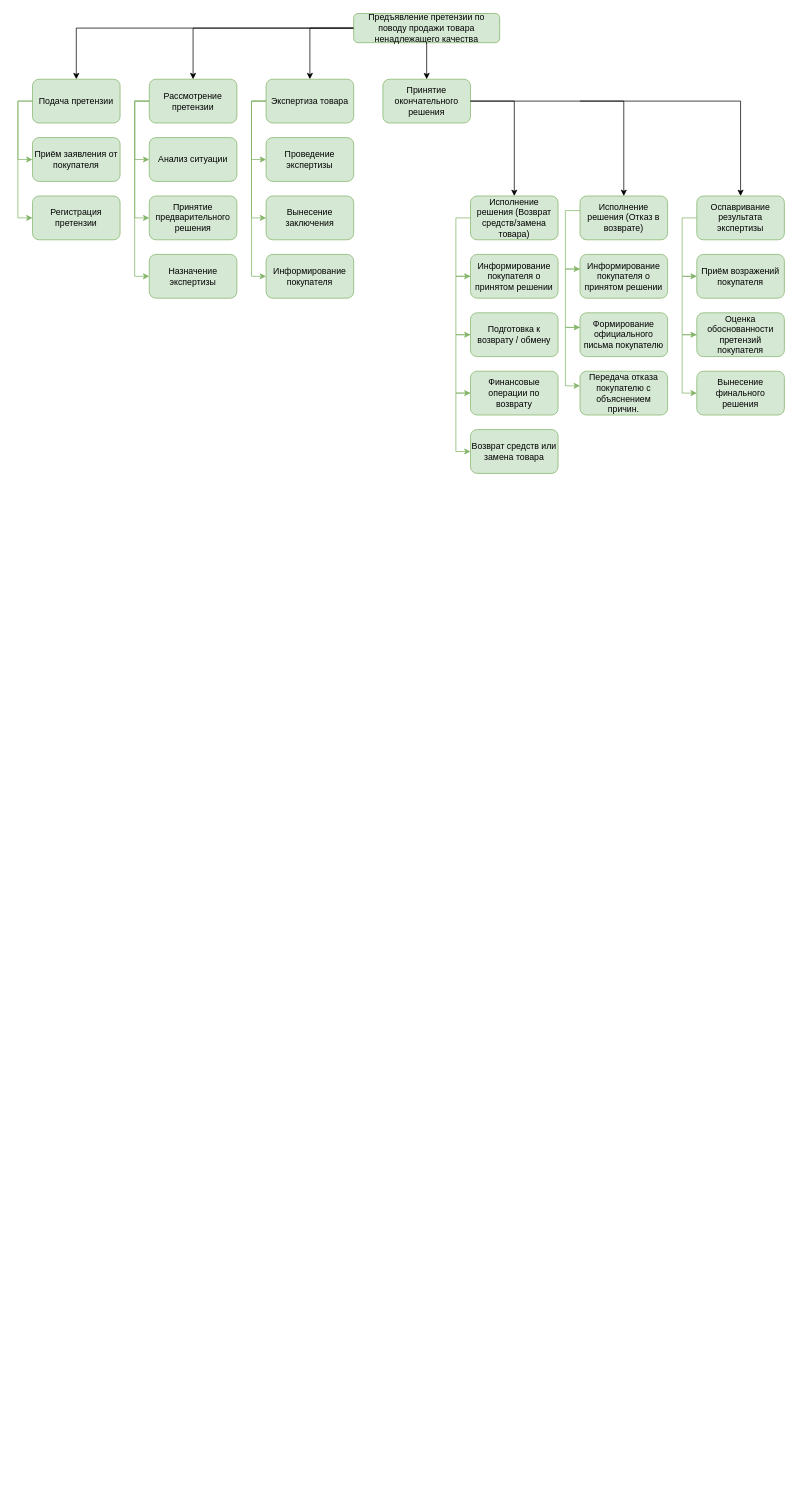
The draw.io diagram page "Декомпозиция" (2 of 4) of LAB_1/MIAMP_LAB_1.drawio in rxzzd/miabp, before the edit. Source tidied: cells renumbered, new cells numbered last; positions are measured from the earlier drawing's top-left corner, leaving out a move shared by most shapes. Both pictures are drawn from the tidied source at 73%, with x=0, y=0 at pixel (18, 13).
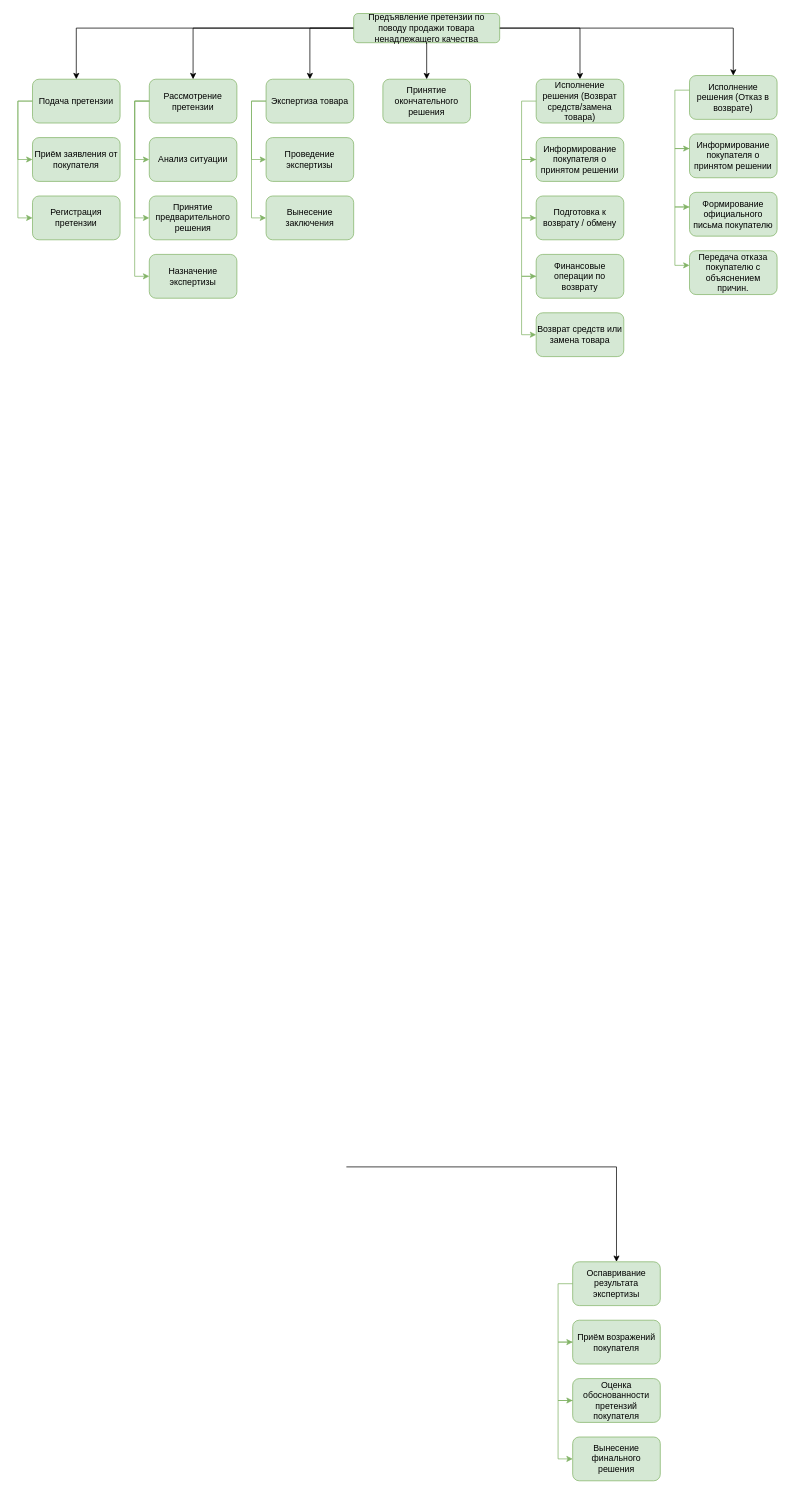
The same page after the edit.

Unchanged cells that the change refers to:
```xml
<mxCell id="9" value="Экспертиза товара" style="rounded=1;whiteSpace=wrap;html=1;fillColor=#d5e8d4;strokeColor=#82b366;" parent="1" vertex="1">
  <mxGeometry x="340" y="90" width="120" height="60" as="geometry" />
</mxCell>
<mxCell id="10" value="Принятие окончательного решения" style="rounded=1;whiteSpace=wrap;html=1;fillColor=#d5e8d4;strokeColor=#82b366;" parent="1" vertex="1">
  <mxGeometry x="500" y="90" width="120" height="60" as="geometry" />
</mxCell>
<mxCell id="26" value="Предъявление претензии по поводу продажи товара&lt;br/&gt;ненадлежащего качества" style="rounded=1;whiteSpace=wrap;html=1;fillColor=#d5e8d4;strokeColor=#82b366;" parent="1" vertex="1">
  <mxGeometry x="460" width="200" height="40" as="geometry" />
</mxCell>
```

Diff of the diagram source:
```diff
@@
-    <mxCell id="8" style="edgeStyle=orthogonalEdgeStyle;rounded=0;jettySize=auto;html=1;entryX=0;entryY=0.5;entryDx=0;entryDy=0;fillColor=#d5e8d4;strokeColor=#82b366;" parent="1" edge="1" source="9" target="13">
-      <mxGeometry relative="1" as="geometry">
-        <Array as="points">
-          <mxPoint x="320" y="120" />
-          <mxPoint x="320" y="360" />
-        </Array>
-      </mxGeometry>
-    </mxCell>
@@
-    <mxCell id="13" value="Информирование покупателя" style="rounded=1;whiteSpace=wrap;html=1;fillColor=#d5e8d4;strokeColor=#82b366;" parent="1" vertex="1">
-      <mxGeometry x="340" y="330" width="120" height="60" as="geometry" />
-    </mxCell>
@@
-    <mxCell id="24" style="edgeStyle=orthogonalEdgeStyle;rounded=0;jettySize=auto;html=1;entryX=0.5;entryY=0;entryDx=0;entryDy=0;fillColor=#d5e8d4;strokeColor=#000000;exitX=1;exitY=0.5;exitDx=0;exitDy=0;" parent="1" edge="1" source="10" target="28">
+    <mxCell id="24" style="edgeStyle=orthogonalEdgeStyle;rounded=0;jettySize=auto;html=1;entryX=0.5;entryY=0;entryDx=0;entryDy=0;fillColor=#d5e8d4;strokeColor=#000000;exitX=1;exitY=0.5;exitDx=0;exitDy=0;" parent="1" edge="1" source="26" target="28">
       <mxGeometry relative="1" as="geometry">
         <Array as="points">
-          <mxPoint x="680" y="120" />
+          <mxPoint x="770" y="20" />
         </Array>
       </mxGeometry>
     </mxCell>
@@
     <mxCell id="28" value="Исполнение решения (Возврат средств/замена товара)" style="rounded=1;whiteSpace=wrap;html=1;fillColor=#d5e8d4;strokeColor=#82b366;" parent="1" vertex="1">
-      <mxGeometry x="620" y="250" width="120" height="60" as="geometry" />
+      <mxGeometry x="710" y="90" width="120" height="60" as="geometry" />
     </mxCell>
     <mxCell id="29" value="Исполнение решения (Отказ в возврате)" style="rounded=1;whiteSpace=wrap;html=1;fillColor=#d5e8d4;strokeColor=#82b366;" parent="1" vertex="1">
-      <mxGeometry x="770" y="250" width="120" height="60" as="geometry" />
+      <mxGeometry x="920" y="85" width="120" height="60" as="geometry" />
     </mxCell>
     <mxCell id="30" value="Подготовка к возврату / обмену" style="rounded=1;whiteSpace=wrap;html=1;fillColor=#d5e8d4;strokeColor=#82b366;" parent="1" vertex="1">
-      <mxGeometry x="620" y="410" width="120" height="60" as="geometry" />
+      <mxGeometry x="710" y="250" width="120" height="60" as="geometry" />
     </mxCell>
     <mxCell id="31" value="Финансовые операции по возврату" style="rounded=1;whiteSpace=wrap;html=1;fillColor=#d5e8d4;strokeColor=#82b366;" parent="1" vertex="1">
-      <mxGeometry x="620" y="490" width="120" height="60" as="geometry" />
+      <mxGeometry x="710" y="330" width="120" height="60" as="geometry" />
     </mxCell>
     <mxCell id="32" value="Возврат средств или замена товара" style="rounded=1;whiteSpace=wrap;html=1;fillColor=#d5e8d4;strokeColor=#82b366;" parent="1" vertex="1">
-      <mxGeometry x="620" y="570" width="120" height="60" as="geometry" />
+      <mxGeometry x="710" y="410" width="120" height="60" as="geometry" />
     </mxCell>
     <mxCell id="33" style="edgeStyle=orthogonalEdgeStyle;rounded=0;orthogonalLoop=1;jettySize=auto;html=1;entryX=0;entryY=0.5;entryDx=0;entryDy=0;fillColor=#d5e8d4;strokeColor=#82b366;" parent="1" edge="1">
       <mxGeometry relative="1" as="geometry">
-        <mxPoint x="620" y="280" as="sourcePoint" />
-        <mxPoint x="620" y="360" as="targetPoint" />
+        <mxPoint x="710" y="120" as="sourcePoint" />
+        <mxPoint x="710" y="200" as="targetPoint" />
         <Array as="points">
-          <mxPoint x="600" y="280" />
-          <mxPoint x="600" y="360" />
+          <mxPoint x="690" y="120" />
+          <mxPoint x="690" y="200" />
         </Array>
       </mxGeometry>
     </mxCell>
     <mxCell id="34" style="edgeStyle=orthogonalEdgeStyle;rounded=0;orthogonalLoop=1;jettySize=auto;html=1;entryX=0;entryY=0.5;entryDx=0;entryDy=0;fillColor=#d5e8d4;strokeColor=#82b366;" parent="1" edge="1">
       <mxGeometry relative="1" as="geometry">
-        <mxPoint x="620" y="360" as="sourcePoint" />
-        <mxPoint x="620" y="440" as="targetPoint" />
+        <mxPoint x="710" y="200" as="sourcePoint" />
+        <mxPoint x="710" y="280" as="targetPoint" />
         <Array as="points">
-          <mxPoint x="600" y="360" />
-          <mxPoint x="600" y="440" />
+          <mxPoint x="690" y="200" />
+          <mxPoint x="690" y="280" />
         </Array>
       </mxGeometry>
     </mxCell>
     <mxCell id="35" style="edgeStyle=orthogonalEdgeStyle;rounded=0;orthogonalLoop=1;jettySize=auto;html=1;entryX=0;entryY=0.5;entryDx=0;entryDy=0;fillColor=#d5e8d4;strokeColor=#82b366;" parent="1" edge="1">
       <mxGeometry relative="1" as="geometry">
-        <mxPoint x="620" y="440" as="sourcePoint" />
-        <mxPoint x="620" y="520" as="targetPoint" />
+        <mxPoint x="710" y="280" as="sourcePoint" />
+        <mxPoint x="710" y="360" as="targetPoint" />
         <Array as="points">
-          <mxPoint x="600" y="440" />
-          <mxPoint x="600" y="520" />
+          <mxPoint x="690" y="280" />
+          <mxPoint x="690" y="360" />
         </Array>
       </mxGeometry>
     </mxCell>
     <mxCell id="36" value="Информирование покупателя о принятом решении" style="rounded=1;whiteSpace=wrap;html=1;fillColor=#d5e8d4;strokeColor=#82b366;" parent="1" vertex="1">
-      <mxGeometry x="770" y="330" width="120" height="60" as="geometry" />
+      <mxGeometry x="920" y="165" width="120" height="60" as="geometry" />
     </mxCell>
     <mxCell id="37" value="Формирование официального письма покупателю" style="rounded=1;whiteSpace=wrap;html=1;fillColor=#d5e8d4;strokeColor=#82b366;" parent="1" vertex="1">
-      <mxGeometry x="770" y="410" width="120" height="60" as="geometry" />
+      <mxGeometry x="920" y="245" width="120" height="60" as="geometry" />
     </mxCell>
     <mxCell id="38" value="Передача отказа покупателю с объяснением причин." style="rounded=1;whiteSpace=wrap;html=1;fillColor=#d5e8d4;strokeColor=#82b366;" parent="1" vertex="1">
-      <mxGeometry x="770" y="490" width="120" height="60" as="geometry" />
+      <mxGeometry x="920" y="325" width="120" height="60" as="geometry" />
     </mxCell>
     <mxCell id="39" value="Информирование покупателя о принятом решении" style="rounded=1;whiteSpace=wrap;html=1;fillColor=#d5e8d4;strokeColor=#82b366;" parent="1" vertex="1">
-      <mxGeometry x="620" y="330" width="120" height="60" as="geometry" />
+      <mxGeometry x="710" y="170" width="120" height="60" as="geometry" />
     </mxCell>
     <mxCell id="40" style="edgeStyle=orthogonalEdgeStyle;rounded=0;orthogonalLoop=1;jettySize=auto;html=1;entryX=0;entryY=0.5;entryDx=0;entryDy=0;fillColor=#d5e8d4;strokeColor=#82b366;" parent="1" edge="1">
       <mxGeometry relative="1" as="geometry">
-        <mxPoint x="620" y="520" as="sourcePoint" />
-        <mxPoint x="620" y="600" as="targetPoint" />
+        <mxPoint x="710" y="360" as="sourcePoint" />
+        <mxPoint x="710" y="440" as="targetPoint" />
         <Array as="points">
-          <mxPoint x="600" y="520" />
-          <mxPoint x="600" y="600" />
+          <mxPoint x="690" y="360" />
+          <mxPoint x="690" y="440" />
         </Array>
       </mxGeometry>
     </mxCell>
     <mxCell id="41" value="Оспавривание результата экспертизы" style="rounded=1;whiteSpace=wrap;html=1;fillColor=#d5e8d4;strokeColor=#82b366;" parent="1" vertex="1">
-      <mxGeometry x="930" y="250" width="120" height="60" as="geometry" />
+      <mxGeometry x="760" y="1710" width="120" height="60" as="geometry" />
     </mxCell>
     <mxCell id="42" value="Приём возражений покупателя&lt;span style=&quot;color: rgba(0, 0, 0, 0); font-family: monospace; font-size: 0px; text-align: start; text-wrap-mode: nowrap;&quot;&gt;3CmxGraphModel%3E%3Croot%3E%3CmxCell%20id%3D%220%22%2F%3E%3CmxCell%20id%3D%221%22%20parent%3D%220%22%2F%3E%3CmxCell%20id%3D%222%22%20value%3D%22%D0%98%D1%81%D0%BF%D0%BE%D0%BB%D0%BD%D0%B5%D0%BD%D0%B8%D0%B5%20%D1%80%D0%B5%D1%88%D0%B5%D0%BD%D0%B8%D1%8F%20(%D0%9F%D0%BE%D0%B2%D1%82%D0%BE%D1%80%D0%BD%D0%B0%D1%8F%20%D1%8D%D0%BA%D0%BC%D0%BF%D0%B5%D1%80%D1%82%D0%B8%D0%B7%D0%B0)%22%20style%3D%22rounded%3D1%3BwhiteSpace%3Dwrap%3Bhtml%3D1%3BfillColor%3D%23d5e8d4%3BstrokeColor%3D%2382b366%3B%22%20vertex%3D%221%22%20parent%3D%221%22%3E%3CmxGeometry%20x%3D%221040%22%20y%3D%22120%22%20width%3D%22120%22%20height%3D%2260%22%20as%3D%22geometry%22%2F%3E%3C%2FmxCell%3E%3C%2Froot%3E%3C%2FmxGraphModel%3E&lt;/span&gt;" style="rounded=1;whiteSpace=wrap;html=1;fillColor=#d5e8d4;strokeColor=#82b366;" parent="1" vertex="1">
-      <mxGeometry x="930" y="330" width="120" height="60" as="geometry" />
+      <mxGeometry x="760" y="1790" width="120" height="60" as="geometry" />
     </mxCell>
     <mxCell id="43" value="Оценка обоснованности претензий покупателя" style="rounded=1;whiteSpace=wrap;html=1;fillColor=#d5e8d4;strokeColor=#82b366;" parent="1" vertex="1">
-      <mxGeometry x="930" y="410" width="120" height="60" as="geometry" />
+      <mxGeometry x="760" y="1870" width="120" height="60" as="geometry" />
     </mxCell>
     <mxCell id="44" value="Вынесение финального решения" style="rounded=1;whiteSpace=wrap;html=1;fillColor=#d5e8d4;strokeColor=#82b366;" parent="1" vertex="1">
-      <mxGeometry x="930" y="490" width="120" height="60" as="geometry" />
+      <mxGeometry x="760" y="1950" width="120" height="60" as="geometry" />
     </mxCell>
     <mxCell id="45" style="edgeStyle=orthogonalEdgeStyle;rounded=0;orthogonalLoop=1;jettySize=auto;html=1;entryX=0;entryY=0.5;entryDx=0;entryDy=0;fillColor=#d5e8d4;strokeColor=#82b366;" parent="1" edge="1">
       <mxGeometry relative="1" as="geometry">
-        <mxPoint x="770" y="270" as="sourcePoint" />
-        <mxPoint x="770" y="350" as="targetPoint" />
+        <mxPoint x="920" y="105" as="sourcePoint" />
+        <mxPoint x="920" y="185" as="targetPoint" />
         <Array as="points">
-          <mxPoint x="750" y="270" />
-          <mxPoint x="750" y="350" />
+          <mxPoint x="900" y="105" />
+          <mxPoint x="900" y="185" />
         </Array>
       </mxGeometry>
     </mxCell>
     <mxCell id="46" style="edgeStyle=orthogonalEdgeStyle;rounded=0;orthogonalLoop=1;jettySize=auto;html=1;entryX=0;entryY=0.5;entryDx=0;entryDy=0;fillColor=#d5e8d4;strokeColor=#82b366;" parent="1" edge="1">
       <mxGeometry relative="1" as="geometry">
-        <mxPoint x="770" y="350" as="sourcePoint" />
-        <mxPoint x="770" y="430" as="targetPoint" />
+        <mxPoint x="920" y="185" as="sourcePoint" />
+        <mxPoint x="920" y="265" as="targetPoint" />
         <Array as="points">
-          <mxPoint x="750" y="350" />
-          <mxPoint x="750" y="430" />
+          <mxPoint x="900" y="185" />
+          <mxPoint x="900" y="265" />
         </Array>
       </mxGeometry>
     </mxCell>
     <mxCell id="47" style="edgeStyle=orthogonalEdgeStyle;rounded=0;orthogonalLoop=1;jettySize=auto;html=1;entryX=0;entryY=0.5;entryDx=0;entryDy=0;fillColor=#d5e8d4;strokeColor=#82b366;" parent="1" edge="1">
       <mxGeometry relative="1" as="geometry">
-        <mxPoint x="770" y="430" as="sourcePoint" />
-        <mxPoint x="770" y="510" as="targetPoint" />
+        <mxPoint x="920" y="265" as="sourcePoint" />
+        <mxPoint x="920" y="345" as="targetPoint" />
         <Array as="points">
-          <mxPoint x="750" y="430" />
-          <mxPoint x="750" y="510" />
+          <mxPoint x="900" y="265" />
+          <mxPoint x="900" y="345" />
         </Array>
       </mxGeometry>
     </mxCell>
     <mxCell id="48" style="edgeStyle=orthogonalEdgeStyle;rounded=0;orthogonalLoop=1;jettySize=auto;html=1;entryX=0;entryY=0.5;entryDx=0;entryDy=0;fillColor=#d5e8d4;strokeColor=#82b366;" parent="1" edge="1">
       <mxGeometry relative="1" as="geometry">
-        <mxPoint x="930" y="280" as="sourcePoint" />
-        <mxPoint x="930" y="360" as="targetPoint" />
+        <mxPoint x="760" y="1740" as="sourcePoint" />
+        <mxPoint x="760" y="1820" as="targetPoint" />
         <Array as="points">
-          <mxPoint x="910" y="280" />
-          <mxPoint x="910" y="360" />
+          <mxPoint x="740" y="1740" />
+          <mxPoint x="740" y="1820" />
         </Array>
       </mxGeometry>
     </mxCell>
     <mxCell id="49" style="edgeStyle=orthogonalEdgeStyle;rounded=0;orthogonalLoop=1;jettySize=auto;html=1;entryX=0;entryY=0.5;entryDx=0;entryDy=0;fillColor=#d5e8d4;strokeColor=#82b366;" parent="1" edge="1">
       <mxGeometry relative="1" as="geometry">
-        <mxPoint x="930" y="360" as="sourcePoint" />
-        <mxPoint x="930" y="440" as="targetPoint" />
+        <mxPoint x="760" y="1820" as="sourcePoint" />
+        <mxPoint x="760" y="1900" as="targetPoint" />
         <Array as="points">
-          <mxPoint x="910" y="360" />
-          <mxPoint x="910" y="440" />
+          <mxPoint x="740" y="1820" />
+          <mxPoint x="740" y="1900" />
         </Array>
       </mxGeometry>
     </mxCell>
     <mxCell id="50" style="edgeStyle=orthogonalEdgeStyle;rounded=0;orthogonalLoop=1;jettySize=auto;html=1;entryX=0;entryY=0.5;entryDx=0;entryDy=0;fillColor=#d5e8d4;strokeColor=#82b366;" parent="1" edge="1">
       <mxGeometry relative="1" as="geometry">
-        <mxPoint x="930" y="440" as="sourcePoint" />
-        <mxPoint x="930" y="520" as="targetPoint" />
+        <mxPoint x="760" y="1900" as="sourcePoint" />
+        <mxPoint x="760" y="1980" as="targetPoint" />
         <Array as="points">
-          <mxPoint x="910" y="440" />
-          <mxPoint x="910" y="520" />
+          <mxPoint x="740" y="1900" />
+          <mxPoint x="740" y="1980" />
         </Array>
       </mxGeometry>
     </mxCell>
-    <mxCell id="51" style="edgeStyle=orthogonalEdgeStyle;rounded=0;orthogonalLoop=1;jettySize=auto;html=1;entryX=0.5;entryY=0;entryDx=0;entryDy=0;fillColor=#d5e8d4;strokeColor=#000000;exitX=1;exitY=0.5;exitDx=0;exitDy=0;" parent="1" edge="1">
+    <mxCell id="51" style="edgeStyle=orthogonalEdgeStyle;rounded=0;jettySize=auto;html=1;entryX=0.5;entryY=0;entryDx=0;entryDy=0;fillColor=#d5e8d4;strokeColor=#000000;exitX=1;exitY=0.5;exitDx=0;exitDy=0;" parent="1" edge="1" source="26">
       <mxGeometry relative="1" as="geometry">
-        <mxPoint x="770" y="120" as="sourcePoint" />
-        <mxPoint x="830" y="250" as="targetPoint" />
+        <mxPoint x="980" y="85" as="targetPoint" />
         <Array as="points">
-          <mxPoint x="830" y="120" />
+          <mxPoint x="980" y="20" />
         </Array>
       </mxGeometry>
     </mxCell>
     <mxCell id="52" style="edgeStyle=orthogonalEdgeStyle;rounded=0;orthogonalLoop=1;jettySize=auto;html=1;entryX=0.5;entryY=0;entryDx=0;entryDy=0;fillColor=#d5e8d4;strokeColor=#000000;" parent="1" edge="1">
       <mxGeometry relative="1" as="geometry">
-        <mxPoint x="620" y="120" as="sourcePoint" />
-        <mxPoint x="990" y="250" as="targetPoint" />
+        <mxPoint x="450" y="1580" as="sourcePoint" />
+        <mxPoint x="820" y="1710" as="targetPoint" />
         <Array as="points">
-          <mxPoint x="990" y="120" />
+          <mxPoint x="820" y="1580" />
         </Array>
       </mxGeometry>
     </mxCell>
```
